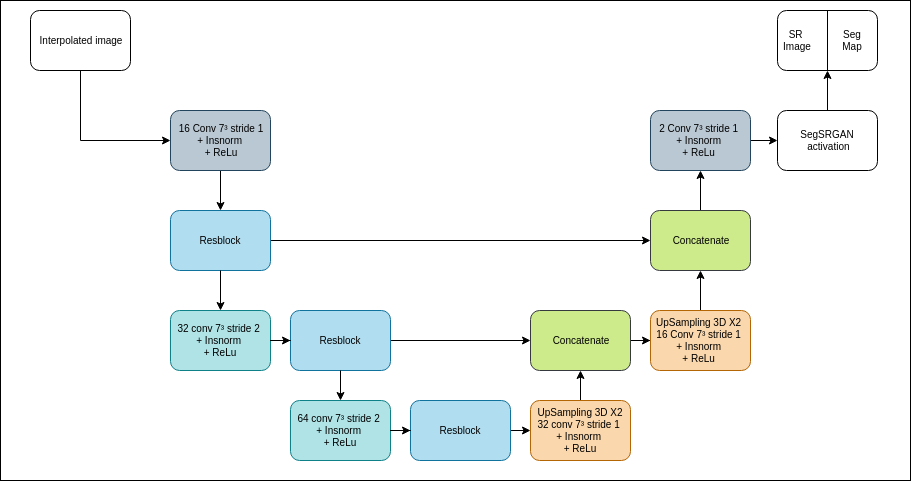
The draw.io diagram Image_read_me/Schema_u_net.png in koopa31/SegSRGAN, before a commit. Source tidied: cells renumbered, new cells last; positions are measured from the earlier drawing's top-left corner, leaving out a move shared by most shapes.
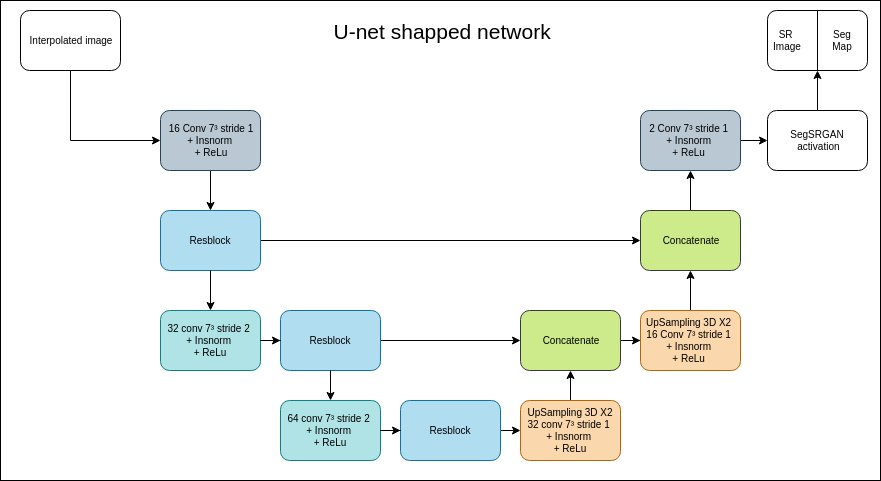
Later version of the same file.

The edit, as a diff of the source:
```diff
@@ -2,8 +2,8 @@
   <root>
     <mxCell id="0" />
     <mxCell id="1" parent="0" />
-    <mxCell id="2" style="rounded=0;whiteSpace=wrap;html=1;fontSize=10;" parent="1" vertex="1">
-      <mxGeometry width="910" height="480" as="geometry" />
+    <mxCell id="2" style="rounded=0;whiteSpace=wrap;html=1;" parent="1" vertex="1">
+      <mxGeometry x="10" width="880" height="480" as="geometry" />
     </mxCell>
     <mxCell id="3" style="edgeStyle=orthogonalEdgeStyle;rounded=0;jettySize=auto;html=1;entryX=0.5;entryY=0;entryDx=0;entryDy=0;fontSize=10;" parent="1" edge="1" source="4" target="6">
       <mxGeometry relative="1" as="geometry" />
@@ -107,5 +107,8 @@
     <mxCell id="34" value="Seg&lt;br style=&quot;font-size: 10px&quot;&gt;Map" style="text;html=1;strokeColor=none;fillColor=none;align=center;verticalAlign=middle;whiteSpace=wrap;rounded=0;fontSize=10;" parent="1" vertex="1">
       <mxGeometry x="827" y="30" width="50" height="20" as="geometry" />
     </mxCell>
+    <mxCell id="35" value="U-net shapped network&amp;nbsp;" style="text;html=1;strokeColor=none;fillColor=none;align=center;verticalAlign=middle;whiteSpace=wrap;rounded=0;fontSize=21;" parent="1" vertex="1">
+      <mxGeometry x="303.5" y="20" width="300" height="20" as="geometry" />
+    </mxCell>
   </root>
 </mxGraphModel>
```
